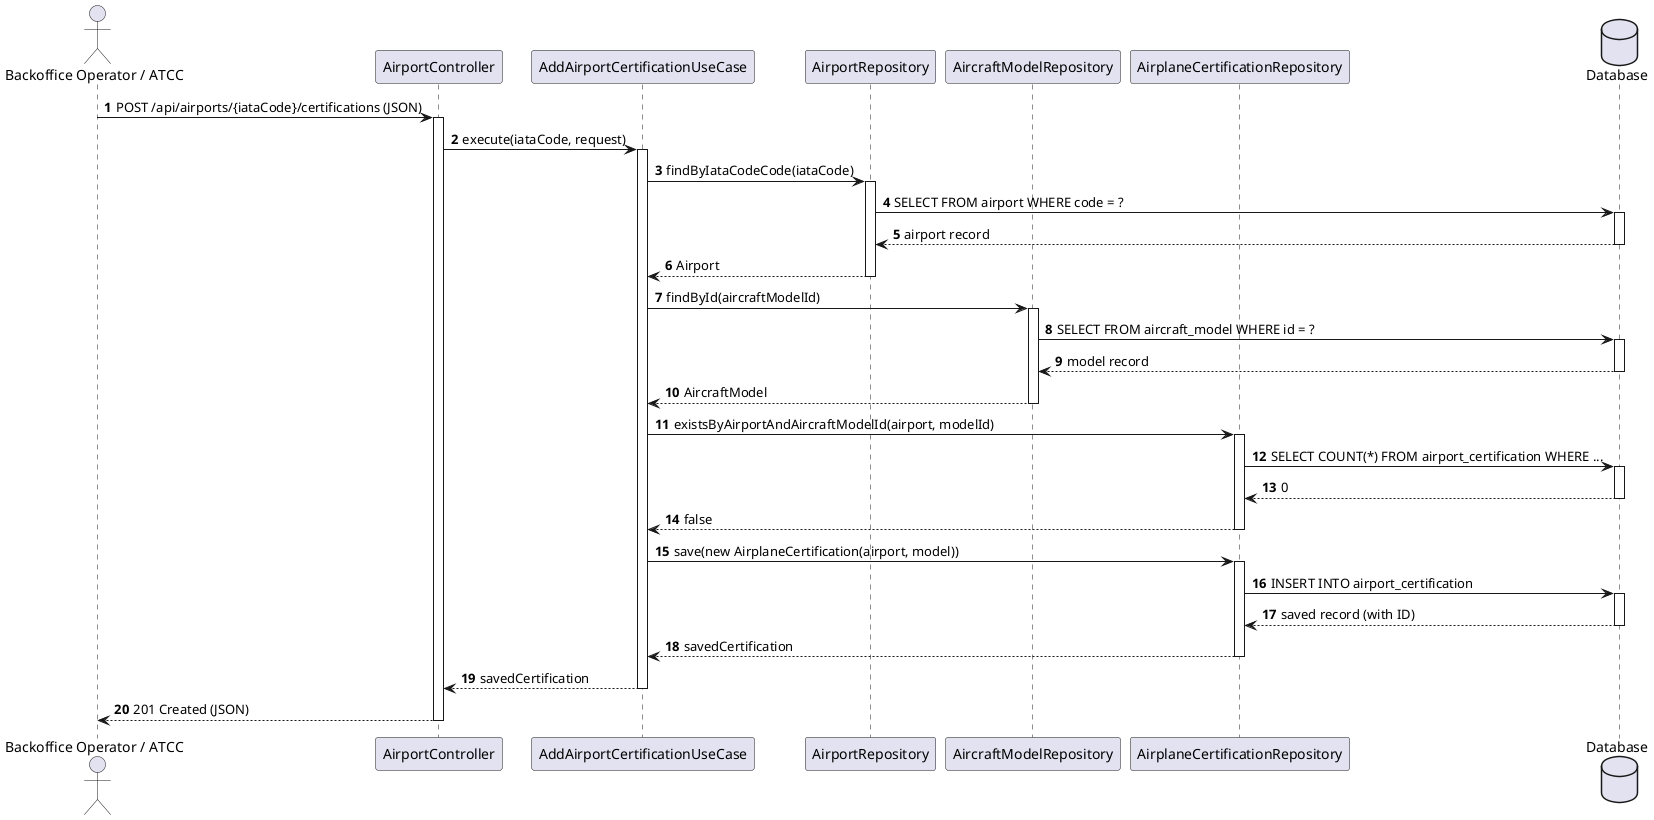
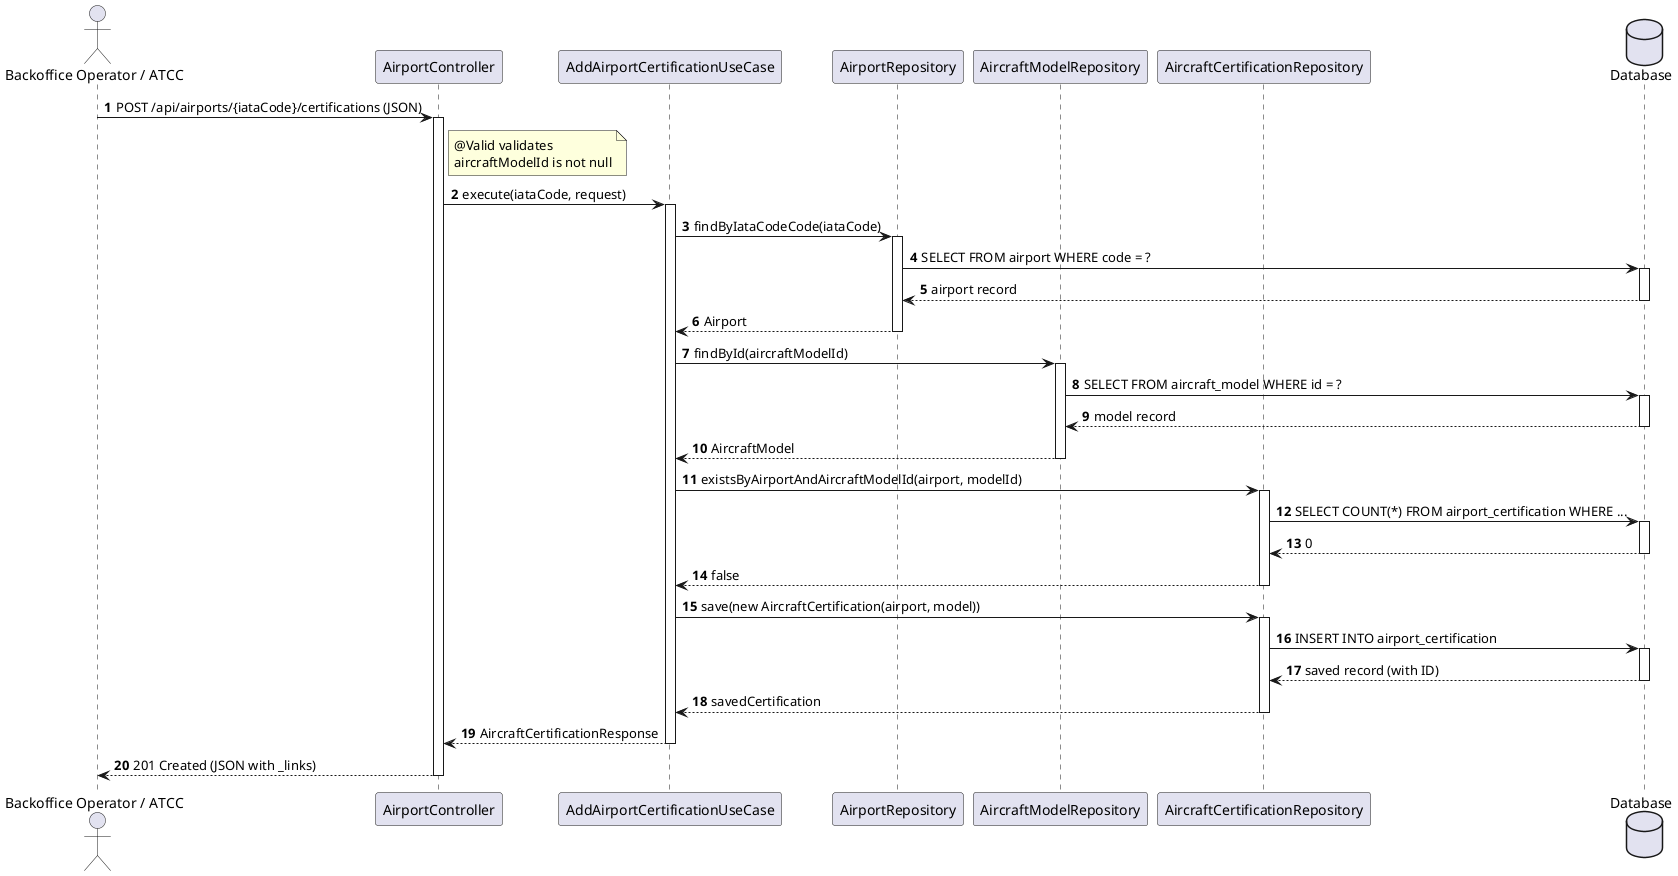
@startuml
autonumber
actor "Backoffice Operator / ATCC" as Actor
participant "AirportController" as Ctrl
participant "AddAirportCertificationUseCase" as UC
participant "AirportRepository" as AirportRepo
participant "AircraftModelRepository" as ModelRepo
- participant "AirplaneCertificationRepository" as CertRepo
+ participant "AircraftCertificationRepository" as CertRepo
database "Database" as DB

Actor -> Ctrl : POST /api/airports/{iataCode}/certifications (JSON)
activate Ctrl
+ 
+ note right of Ctrl : @Valid validates\naircraftModelId is not null

Ctrl -> UC : execute(iataCode, request)
activate UC

UC -> AirportRepo : findByIataCodeCode(iataCode)
activate AirportRepo
AirportRepo -> DB : SELECT FROM airport WHERE code = ?
activate DB
DB --> AirportRepo : airport record
deactivate DB
AirportRepo --> UC : Airport
deactivate AirportRepo

UC -> ModelRepo : findById(aircraftModelId)
activate ModelRepo
ModelRepo -> DB : SELECT FROM aircraft_model WHERE id = ?
activate DB
DB --> ModelRepo : model record
deactivate DB
ModelRepo --> UC : AircraftModel
deactivate ModelRepo

UC -> CertRepo : existsByAirportAndAircraftModelId(airport, modelId)
activate CertRepo
CertRepo -> DB : SELECT COUNT(*) FROM airport_certification WHERE ...
activate DB
DB --> CertRepo : 0
deactivate DB
CertRepo --> UC : false
deactivate CertRepo

- UC -> CertRepo : save(new AirplaneCertification(airport, model))
+ UC -> CertRepo : save(new AircraftCertification(airport, model))
activate CertRepo
CertRepo -> DB : INSERT INTO airport_certification
activate DB
DB --> CertRepo : saved record (with ID)
deactivate DB
CertRepo --> UC : savedCertification
deactivate CertRepo

- UC --> Ctrl : savedCertification
+ UC --> Ctrl : AircraftCertificationResponse
deactivate UC

- Ctrl --> Actor : 201 Created (JSON)
+ Ctrl --> Actor : 201 Created (JSON with _links)
deactivate Ctrl
@enduml
